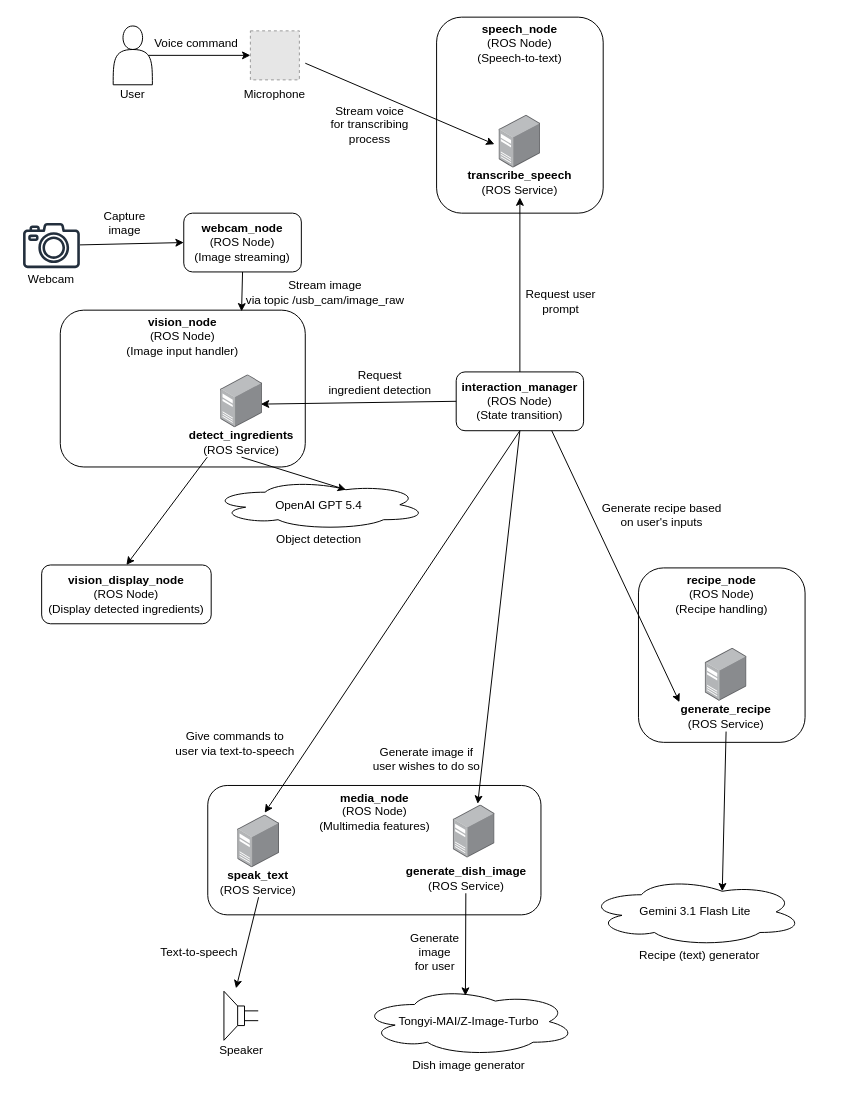
Earlier version of the draw.io diagram SYSTEM-DIAGRAM.drawio (iamdejan/chef-robot-assistant). Source tidied: cells renumbered, new cells numbered last; positions are measured from the earlier drawing's top-left corner, leaving out a move shared by most shapes. Both pictures are drawn from the tidied source at 98%, with x=0, y=0 at pixel (17, 17). Pictures stored in the file or linked from it are replaced by grey dashed boxes.
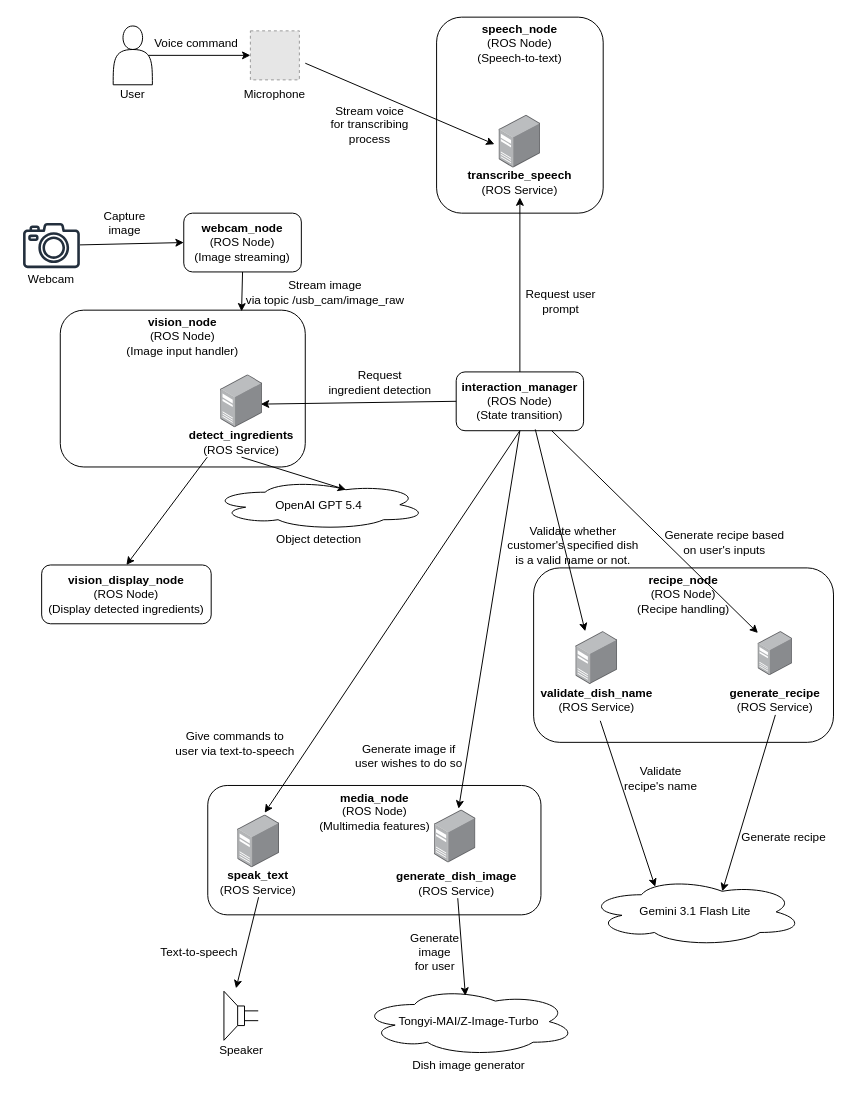
The same diagram, later.

The change refers to these unchanged cells:
```xml
<mxCell id="18" value="&lt;b&gt;interaction_manager&lt;/b&gt;&lt;div&gt;(ROS Node)&lt;br&gt;&lt;div&gt;(State transition)&lt;/div&gt;&lt;/div&gt;" style="rounded=1;whiteSpace=wrap;html=1;" parent="1" vertex="1">
  <mxGeometry x="448" y="362" width="130" height="60" as="geometry" />
</mxCell>
<mxCell id="36" style="group;" parent="1" vertex="1">
  <mxGeometry x="582" y="878" width="220" height="90" as="geometry" />
</mxCell>
<mxCell id="37" value="Gemini 3.1 Flash Lite" style="ellipse;shape=cloud;whiteSpace=wrap;html=1;" parent="36" vertex="1">
  <mxGeometry width="220" height="70" as="geometry" />
</mxCell>
```

Change to the diagram source:
```diff
@@
-    <mxCell id="9" style="group;" parent="1" vertex="1">
-      <mxGeometry x="404.5" y="804" width="123.7" height="90" as="geometry" />
-    </mxCell>
-    <mxCell id="10" style="image;points=[];html=1;align=center;shadow=0;dashed=0;image=img/lib/allied_telesis/computer_and_terminals/Server_Desktop.svg;" parent="9" vertex="1">
-      <mxGeometry x="40.5" width="42.6" height="54" as="geometry" />
-    </mxCell>
@@
-    <mxCell id="21" value="&lt;b&gt;generate_dish_image&lt;/b&gt;&lt;br&gt;&lt;div&gt;(ROS Service)&lt;/div&gt;" style="text;html=1;whiteSpace=wrap;strokeColor=none;fillColor=none;align=center;verticalAlign=middle;rounded=0;fontFamily=Helvetica;fontSize=12;fontColor=default;" parent="1" vertex="1">
-      <mxGeometry x="394.5" y="864" width="126.8" height="30" as="geometry" />
-    </mxCell>
@@
-    <mxCell id="38" value="Recipe (text) generator" style="text;html=1;whiteSpace=wrap;strokeColor=none;fillColor=none;align=center;verticalAlign=middle;rounded=0;" parent="36" vertex="1">
-      <mxGeometry x="50" y="70" width="129" height="20" as="geometry" />
-    </mxCell>
@@
     <mxCell id="45" value="Generate image if user wishes to do so" style="text;html=1;whiteSpace=wrap;strokeColor=none;fillColor=none;align=center;verticalAlign=middle;rounded=0;" parent="1" vertex="1">
-      <mxGeometry x="359" y="734" width="118" height="46" as="geometry" />
+      <mxGeometry x="340.5" y="731" width="118" height="46" as="geometry" />
     </mxCell>
     <mxCell id="46" value="&lt;b&gt;recipe_node&lt;/b&gt;&lt;div&gt;(ROS Node)&lt;/div&gt;&lt;div&gt;(Recipe handling)&lt;/div&gt;" style="rounded=1;whiteSpace=wrap;html=1;align=center;verticalAlign=top;spacing=1;fontFamily=Helvetica;fontSize=12;fontColor=default;fillColor=none;gradientColor=none;" parent="1" vertex="1">
-      <mxGeometry x="634" y="562" width="170" height="178" as="geometry" />
+      <mxGeometry x="527" y="562" width="306" height="178" as="geometry" />
     </mxCell>
-    <mxCell id="47" style="group;" parent="1" vertex="1">
-      <mxGeometry x="660" y="644" width="126.9" height="90" as="geometry" />
-    </mxCell>
-    <mxCell id="48" style="group;" parent="47" vertex="1">
-      <mxGeometry x="1.6" width="123.7" height="90" as="geometry" />
-    </mxCell>
-    <mxCell id="49" style="image;points=[];html=1;align=center;shadow=0;dashed=0;image=img/lib/allied_telesis/computer_and_terminals/Server_Desktop.svg;" parent="48" vertex="1">
-      <mxGeometry x="40.5" width="42.6" height="54" as="geometry" />
-    </mxCell>
-    <mxCell id="50" value="&lt;b&gt;generate_recipe&lt;/b&gt;&lt;br&gt;&lt;div&gt;(ROS Service)&lt;/div&gt;" style="text;html=1;whiteSpace=wrap;strokeColor=none;fillColor=none;align=center;verticalAlign=middle;rounded=0;fontFamily=Helvetica;fontSize=12;fontColor=default;" parent="47" vertex="1">
-      <mxGeometry y="55" width="126.8" height="30" as="geometry" />
-    </mxCell>
-    <mxCell id="51" style="edgeStyle=none;html=1;exitX=0.75;exitY=1;exitDx=0;exitDy=0;entryX=0.125;entryY=0;entryDx=0;entryDy=0;entryPerimeter=0;" parent="1" edge="1" source="18" target="50">
+    <mxCell id="51" style="edgeStyle=none;html=1;exitX=0.75;exitY=1;exitDx=0;exitDy=0;entryX=-0.003;entryY=0.031;entryDx=0;entryDy=0;entryPerimeter=0;" parent="1" edge="1" source="18" target="49">
       <mxGeometry relative="1" as="geometry" />
     </mxCell>
     <mxCell id="52" value="Generate recipe based on user's inputs" style="text;html=1;whiteSpace=wrap;strokeColor=none;fillColor=none;align=center;verticalAlign=middle;rounded=0;" parent="1" vertex="1">
-      <mxGeometry x="591" y="485" width="134" height="46" as="geometry" />
+      <mxGeometry x="654.8" y="513" width="134" height="46" as="geometry" />
     </mxCell>
@@
+    <mxCell id="71" style="group;" parent="1" vertex="1">
+      <mxGeometry x="528" y="627" width="126.9" height="90" as="geometry" />
+    </mxCell>
+    <mxCell id="72" style="group;" parent="71" vertex="1">
+      <mxGeometry x="1.6" width="123.7" height="90" as="geometry" />
+    </mxCell>
+    <mxCell id="73" style="image;points=[];html=1;align=center;shadow=0;dashed=0;image=img/lib/allied_telesis/computer_and_terminals/Server_Desktop.svg;" parent="72" vertex="1">
+      <mxGeometry x="40.5" width="42.6" height="54" as="geometry" />
+    </mxCell>
+    <mxCell id="74" value="&lt;b&gt;validate_dish_name&lt;/b&gt;&lt;br&gt;&lt;div&gt;(ROS Service)&lt;/div&gt;" style="text;html=1;whiteSpace=wrap;strokeColor=none;fillColor=none;align=center;verticalAlign=middle;rounded=0;fontFamily=Helvetica;fontSize=12;fontColor=default;" parent="71" vertex="1">
+      <mxGeometry y="55" width="126.8" height="30" as="geometry" />
+    </mxCell>
+    <mxCell id="75" style="edgeStyle=none;html=1;exitX=0.621;exitY=0.978;exitDx=0;exitDy=0;entryX=0.224;entryY=-0.006;entryDx=0;entryDy=0;entryPerimeter=0;exitPerimeter=0;" parent="1" edge="1" source="18" target="73">
+      <mxGeometry relative="1" as="geometry" />
+    </mxCell>
+    <mxCell id="76" value="Validate whether&lt;div&gt;customer's specified dish&lt;/div&gt;&lt;div&gt;is a valid name or not.&lt;/div&gt;" style="text;html=1;whiteSpace=wrap;strokeColor=none;fillColor=none;align=center;verticalAlign=middle;rounded=0;" parent="1" vertex="1">
+      <mxGeometry x="490" y="516" width="155" height="46" as="geometry" />
+    </mxCell>
+    <mxCell id="77" style="group;" parent="1" vertex="1">
+      <mxGeometry x="385" y="809" width="126.9" height="90" as="geometry" />
+    </mxCell>
+    <mxCell id="9" style="group;" parent="77" vertex="1">
+      <mxGeometry width="123.7" height="90" as="geometry" />
+    </mxCell>
+    <mxCell id="10" style="image;points=[];html=1;align=center;shadow=0;dashed=0;image=img/lib/allied_telesis/computer_and_terminals/Server_Desktop.svg;" parent="9" vertex="1">
+      <mxGeometry x="40.5" width="42.6" height="54" as="geometry" />
+    </mxCell>
+    <mxCell id="21" value="&lt;b&gt;generate_dish_image&lt;/b&gt;&lt;br&gt;&lt;div&gt;(ROS Service)&lt;/div&gt;" style="text;html=1;whiteSpace=wrap;strokeColor=none;fillColor=none;align=center;verticalAlign=middle;rounded=0;fontFamily=Helvetica;fontSize=12;fontColor=default;" parent="77" vertex="1">
+      <mxGeometry y="60" width="126.8" height="30" as="geometry" />
+    </mxCell>
+    <mxCell id="78" style="edgeStyle=none;jettySize=auto;html=1;rounded=0;entryX=0.314;entryY=0.133;entryDx=0;entryDy=0;entryPerimeter=0;exitX=0.5;exitY=1;exitDx=0;exitDy=0;" parent="1" edge="1" target="37">
+      <mxGeometry relative="1" as="geometry">
+        <mxPoint x="595" y="718" as="sourcePoint" />
+      </mxGeometry>
+    </mxCell>
+    <mxCell id="79" value="Generate recipe" style="text;html=1;whiteSpace=wrap;strokeColor=none;fillColor=none;align=center;verticalAlign=middle;rounded=0;" parent="1" vertex="1">
+      <mxGeometry x="733" y="826" width="99.1" height="21" as="geometry" />
+    </mxCell>
+    <mxCell id="80" value="Validate&lt;div&gt;recipe's name&lt;/div&gt;" style="text;html=1;whiteSpace=wrap;strokeColor=none;fillColor=none;align=center;verticalAlign=middle;rounded=0;" parent="1" vertex="1">
+      <mxGeometry x="613" y="761" width="88.1" height="32" as="geometry" />
+    </mxCell>
+    <mxCell id="81" style="group;" parent="1" vertex="1">
+      <mxGeometry x="720" y="627" width="107.4" height="90" as="geometry" />
+    </mxCell>
+    <mxCell id="48" style="group;" parent="81" vertex="1">
+      <mxGeometry x="2.3" width="102.9" height="90" as="geometry" />
+    </mxCell>
+    <mxCell id="49" style="image;points=[];html=1;align=center;shadow=0;dashed=0;image=img/lib/allied_telesis/computer_and_terminals/Server_Desktop.svg;" parent="48" vertex="1">
+      <mxGeometry x="33.7" width="35.4" height="44.9" as="geometry" />
+    </mxCell>
+    <mxCell id="50" value="&lt;b&gt;generate_recipe&lt;/b&gt;&lt;br&gt;&lt;div&gt;(ROS Service)&lt;/div&gt;" style="text;html=1;whiteSpace=wrap;strokeColor=none;fillColor=none;align=center;verticalAlign=middle;rounded=0;fontFamily=Helvetica;fontSize=12;fontColor=default;" parent="81" vertex="1">
+      <mxGeometry y="55" width="107.4" height="30" as="geometry" />
+    </mxCell>
```
